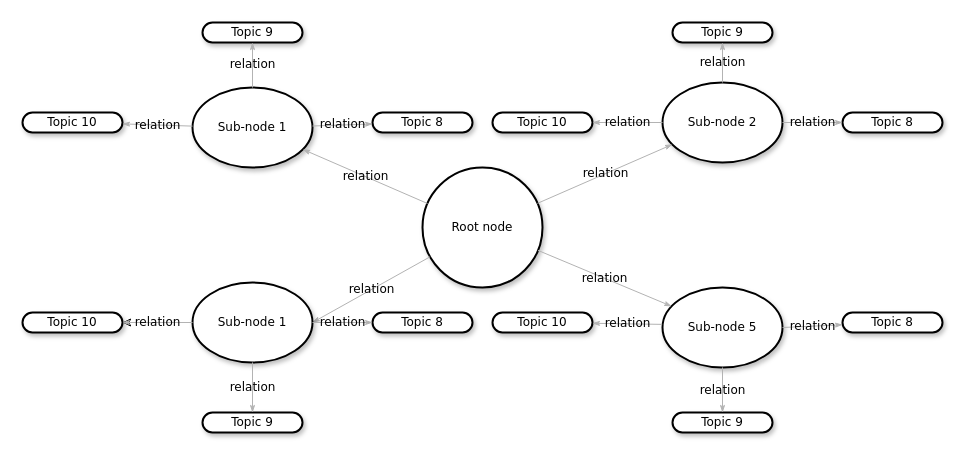
Above: Untitled Diagram.drawio in PhokinWanna/- (draw.io), before the change. Source tidied: cells renumbered, new cells numbered last; positions are measured from the earlier drawing's top-left corner, leaving out a move shared by most shapes. Both pictures are drawn from the tidied source at 100%, with x=0, y=0 at pixel (22, 22).
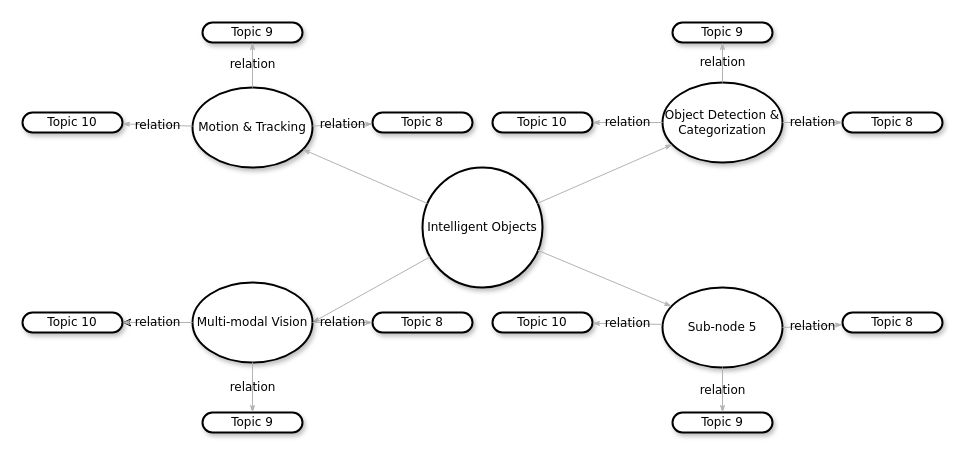
The same page after the edit.

The change refers to these unchanged cells:
```xml
<mxCell id="6" value="&lt;span&gt;Sub-node 5&lt;/span&gt;" style="ellipse;whiteSpace=wrap;html=1;rounded=1;shadow=1;comic=0;labelBackgroundColor=none;strokeWidth=2;fontFamily=Verdana;fontSize=12;align=center;" parent="1" vertex="1">
  <mxGeometry x="640" y="265" width="120" height="80" as="geometry" />
</mxCell>
```

What changed in the source:
```diff
@@
-    <mxCell id="3" value="Sub-node 1" style="ellipse;whiteSpace=wrap;html=1;rounded=1;shadow=1;comic=0;labelBackgroundColor=none;strokeWidth=2;fontFamily=Verdana;fontSize=12;align=center;" parent="1" vertex="1">
+    <mxCell id="3" value="Motion &amp;amp; Tracking" style="ellipse;whiteSpace=wrap;html=1;rounded=1;shadow=1;comic=0;labelBackgroundColor=none;strokeWidth=2;fontFamily=Verdana;fontSize=12;align=center;" parent="1" vertex="1">
       <mxGeometry x="170" y="65" width="120" height="80" as="geometry" />
     </mxCell>
-    <mxCell id="4" value="&lt;span&gt;Sub-node 2&lt;/span&gt;" style="ellipse;whiteSpace=wrap;html=1;rounded=1;shadow=1;comic=0;labelBackgroundColor=none;strokeWidth=2;fontFamily=Verdana;fontSize=12;align=center;" parent="1" vertex="1">
+    <mxCell id="4" value="Object Detection &amp;amp; Categorization" style="ellipse;whiteSpace=wrap;html=1;rounded=1;shadow=1;comic=0;labelBackgroundColor=none;strokeWidth=2;fontFamily=Verdana;fontSize=12;align=center;" parent="1" vertex="1">
       <mxGeometry x="640" y="60" width="120" height="80" as="geometry" />
     </mxCell>
-    <mxCell id="5" value="Root node" style="ellipse;whiteSpace=wrap;html=1;rounded=1;shadow=1;comic=0;labelBackgroundColor=none;strokeWidth=2;fontFamily=Verdana;fontSize=12;align=center;" parent="1" vertex="1">
+    <mxCell id="5" value="Intelligent Objects" style="ellipse;whiteSpace=wrap;html=1;rounded=1;shadow=1;comic=0;labelBackgroundColor=none;strokeWidth=2;fontFamily=Verdana;fontSize=12;align=center;" parent="1" vertex="1">
       <mxGeometry x="400" y="145" width="120" height="120" as="geometry" />
     </mxCell>
@@
-    <mxCell id="10" value="relation" style="edgeStyle=none;rounded=1;html=1;labelBackgroundColor=none;startArrow=none;startFill=0;startSize=5;endArrow=classicThin;endFill=1;endSize=5;jettySize=auto;strokeColor=#B3B3B3;strokeWidth=1;fontFamily=Verdana;fontSize=12;" parent="1" edge="1" source="5" target="3">
+    <mxCell id="10" style="edgeStyle=none;rounded=1;html=1;labelBackgroundColor=none;startArrow=none;startFill=0;startSize=5;endArrow=classicThin;endFill=1;endSize=5;jettySize=auto;strokeColor=#B3B3B3;strokeWidth=1;fontFamily=Verdana;fontSize=12;" parent="1" edge="1" source="5" target="3">
       <mxGeometry relative="1" as="geometry" />
     </mxCell>
-    <mxCell id="11" value="relation" style="edgeStyle=none;rounded=1;html=1;labelBackgroundColor=none;startArrow=none;startFill=0;startSize=5;endArrow=classicThin;endFill=1;endSize=5;jettySize=auto;strokeColor=#B3B3B3;strokeWidth=1;fontFamily=Verdana;fontSize=12;" parent="1" edge="1" source="5" target="4">
+    <mxCell id="11" style="edgeStyle=none;rounded=1;html=1;labelBackgroundColor=none;startArrow=none;startFill=0;startSize=5;endArrow=classicThin;endFill=1;endSize=5;jettySize=auto;strokeColor=#B3B3B3;strokeWidth=1;fontFamily=Verdana;fontSize=12;" parent="1" edge="1" source="5" target="4">
       <mxGeometry relative="1" as="geometry" />
     </mxCell>
-    <mxCell id="12" value="relation" style="edgeStyle=none;rounded=1;html=1;labelBackgroundColor=none;startArrow=none;startFill=0;startSize=5;endArrow=classicThin;endFill=1;endSize=5;jettySize=auto;strokeColor=#B3B3B3;strokeWidth=1;fontFamily=Verdana;fontSize=12;" parent="1" edge="1" source="5" target="6">
+    <mxCell id="12" style="edgeStyle=none;rounded=1;html=1;labelBackgroundColor=none;startArrow=none;startFill=0;startSize=5;endArrow=classicThin;endFill=1;endSize=5;jettySize=auto;strokeColor=#B3B3B3;strokeWidth=1;fontFamily=Verdana;fontSize=12;" parent="1" edge="1" source="5" target="6">
       <mxGeometry relative="1" as="geometry" />
     </mxCell>
@@
-    <mxCell id="15" value="relation" style="edgeStyle=none;rounded=1;html=1;labelBackgroundColor=none;startArrow=none;startFill=0;startSize=5;endArrow=classicThin;endFill=1;endSize=5;jettySize=auto;strokeColor=#B3B3B3;strokeWidth=1;fontFamily=Verdana;fontSize=12;entryX=1;entryY=0.5;entryDx=0;entryDy=0;" parent="1" edge="1" source="5" target="17">
+    <mxCell id="15" style="edgeStyle=none;rounded=1;html=1;labelBackgroundColor=none;startArrow=none;startFill=0;startSize=5;endArrow=classicThin;endFill=1;endSize=5;jettySize=auto;strokeColor=#B3B3B3;strokeWidth=1;fontFamily=Verdana;fontSize=12;entryX=1;entryY=0.5;entryDx=0;entryDy=0;" parent="1" edge="1" source="5" target="17">
       <mxGeometry relative="1" as="geometry" />
     </mxCell>
@@
-    <mxCell id="17" value="Sub-node 1" style="ellipse;whiteSpace=wrap;html=1;rounded=1;shadow=1;comic=0;labelBackgroundColor=none;strokeWidth=2;fontFamily=Verdana;fontSize=12;align=center;" parent="1" vertex="1">
+    <mxCell id="17" value="Multi-modal Vision" style="ellipse;whiteSpace=wrap;html=1;rounded=1;shadow=1;comic=0;labelBackgroundColor=none;strokeWidth=2;fontFamily=Verdana;fontSize=12;align=center;" parent="1" vertex="1">
       <mxGeometry x="170" y="260" width="120" height="80" as="geometry" />
     </mxCell>
```
